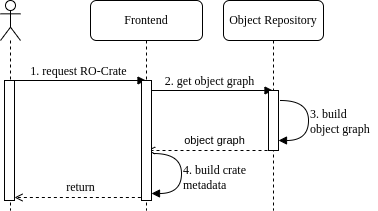
The draw.io diagram assets/exec_flow_detached_retrieval.png in Senckenberg-DCBiodivIT/fair-workflow-platform, before a commit. Source tidied: cells renumbered, new cells last; positions are measured from the earlier drawing's top-left corner, leaving out a move shared by most shapes.
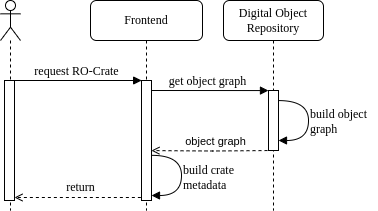
The same diagram one commit later.

The edit, as a diff of the source:
```diff
@@ -2,7 +2,7 @@
   <root>
     <mxCell id="0" />
     <mxCell id="1" parent="0" />
-    <mxCell id="2" value="Object Repository" style="shape=umlLifeline;perimeter=lifelinePerimeter;whiteSpace=wrap;html=1;rounded=1;shadow=0;comic=0;labelBackgroundColor=none;strokeWidth=1;fontFamily=Verdana;fontSize=12;align=center;" parent="1" vertex="1">
+    <mxCell id="2" value="Digital Object Repository" style="shape=umlLifeline;perimeter=lifelinePerimeter;whiteSpace=wrap;html=1;rounded=1;shadow=0;comic=0;labelBackgroundColor=none;strokeWidth=1;fontFamily=Verdana;fontSize=12;align=center;" parent="1" vertex="1">
       <mxGeometry x="223" width="100" height="210" as="geometry" />
     </mxCell>
     <mxCell id="3" value="Frontend" style="shape=umlLifeline;perimeter=lifelinePerimeter;whiteSpace=wrap;html=1;outlineConnect=0;rounded=1;shadow=0;comic=0;labelBackgroundColor=none;strokeWidth=1;fontFamily=Verdana;fontSize=12;align=center;" parent="1" vertex="1">
@@ -14,24 +14,22 @@
     <mxCell id="5" style="html=1;perimeter=orthogonalPerimeter;rounded=0;shadow=0;comic=0;labelBackgroundColor=none;strokeWidth=1;fontFamily=Verdana;fontSize=12;align=center;" parent="1" vertex="1">
       <mxGeometry x="4" y="80" width="10" height="120" as="geometry" />
     </mxCell>
-    <mxCell id="6" value="1. request RO-Crate" style="html=1;verticalAlign=bottom;endArrow=block;labelBackgroundColor=none;fontFamily=Verdana;fontSize=12;elbow=horizontal;" parent="1" edge="1" target="3">
+    <mxCell id="6" value="request RO-Crate" style="html=1;verticalAlign=bottom;endArrow=block;labelBackgroundColor=none;fontFamily=Verdana;fontSize=12;elbow=horizontal;entryX=0.013;entryY=0;entryDx=0;entryDy=0;entryPerimeter=0;" parent="1" edge="1" target="13">
       <mxGeometry relative="1" as="geometry">
         <mxPoint x="10.3" y="80" as="sourcePoint" />
       </mxGeometry>
     </mxCell>
-    <mxCell id="7" value="2. get object graph" style="html=1;verticalAlign=bottom;endArrow=block;labelBackgroundColor=none;fontFamily=Verdana;fontSize=12;elbow=horizontal;" parent="1" edge="1">
+    <mxCell id="7" value="get object graph" style="html=1;verticalAlign=bottom;endArrow=block;labelBackgroundColor=none;fontFamily=Verdana;fontSize=12;elbow=horizontal;entryX=-0.003;entryY=0.001;entryDx=0;entryDy=0;entryPerimeter=0;" parent="1" edge="1" target="8">
       <mxGeometry relative="1" as="geometry">
         <mxPoint x="146.1" y="90" as="sourcePoint" />
-        <mxPoint x="272.5" y="90" as="targetPoint" />
       </mxGeometry>
     </mxCell>
     <mxCell id="8" style="html=1;points=[];perimeter=orthogonalPerimeter;rounded=0;shadow=0;comic=0;labelBackgroundColor=none;strokeWidth=1;fontFamily=Verdana;fontSize=12;align=center;" parent="1" vertex="1">
       <mxGeometry x="268" y="90" width="10" height="60" as="geometry" />
     </mxCell>
-    <mxCell id="9" style="edgeStyle=orthogonalEdgeStyle;rounded=0;orthogonalLoop=1;jettySize=auto;html=1;dashed=1;endArrow=open;endFill=0;" parent="1" edge="1">
+    <mxCell id="9" style="edgeStyle=orthogonalEdgeStyle;rounded=0;jettySize=auto;html=1;dashed=1;endArrow=open;endFill=0;entryX=0.991;entryY=0.584;entryDx=0;entryDy=0;entryPerimeter=0;" parent="1" edge="1" target="13">
       <mxGeometry relative="1" as="geometry">
         <mxPoint x="273" y="150" as="sourcePoint" />
-        <mxPoint x="146.6" y="150" as="targetPoint" />
       </mxGeometry>
     </mxCell>
     <mxCell id="10" value="object graph" style="edgeLabel;html=1;align=center;verticalAlign=middle;" parent="9" vertex="1">
@@ -53,25 +51,24 @@
     <mxCell id="13" style="html=1;points=[];perimeter=orthogonalPerimeter;rounded=0;shadow=0;comic=0;labelBackgroundColor=none;strokeWidth=1;fontFamily=Verdana;fontSize=12;align=center;" parent="1" vertex="1">
       <mxGeometry x="141" y="80" width="10" height="120" as="geometry" />
     </mxCell>
-    <mxCell id="14" style="html=1;verticalAlign=bottom;endArrow=block;labelBackgroundColor=none;fontFamily=Verdana;fontSize=12;elbow=vertical;edgeStyle=orthogonalEdgeStyle;curved=1;exitX=1.038;exitY=0.345;exitPerimeter=0;entryX=0.8;entryY=0.238;entryDx=0;entryDy=0;entryPerimeter=0;" parent="1" edge="1">
+    <mxCell id="14" style="html=1;verticalAlign=bottom;endArrow=block;labelBackgroundColor=none;fontFamily=Verdana;fontSize=12;elbow=vertical;edgeStyle=orthogonalEdgeStyle;curved=1;exitX=1.004;exitY=0.607;exitPerimeter=0;entryX=0.8;entryY=0.238;entryDx=0;entryDy=0;entryPerimeter=0;exitDx=0;exitDy=0;" parent="1" edge="1">
       <mxGeometry relative="1" as="geometry">
-        <mxPoint x="153" y="153" as="sourcePoint" />
-        <mxPoint x="151" y="193" as="targetPoint" />
+        <mxPoint x="151" y="154.8" as="sourcePoint" />
+        <mxPoint x="151" y="195" as="targetPoint" />
         <Array as="points">
-          <mxPoint x="181" y="153" />
-          <mxPoint x="181" y="193" />
+          <mxPoint x="181" y="155" />
+          <mxPoint x="181" y="195" />
         </Array>
       </mxGeometry>
     </mxCell>
-    <mxCell id="15" value="4. build crate metadata" style="text;html=1;align=left;verticalAlign=middle;whiteSpace=wrap;rounded=0;fontFamily=Verdana;" parent="1" vertex="1">
+    <mxCell id="15" value="build crate metadata" style="text;html=1;align=left;verticalAlign=middle;whiteSpace=wrap;rounded=0;fontFamily=Verdana;" parent="1" vertex="1">
       <mxGeometry x="181" y="162" width="69" height="30" as="geometry" />
     </mxCell>
-    <mxCell id="16" value="3. build object graph" style="text;html=1;align=left;verticalAlign=middle;whiteSpace=wrap;rounded=0;fontFamily=Verdana;" parent="1" vertex="1">
+    <mxCell id="16" value="build object&lt;div&gt;graph&lt;/div&gt;" style="text;html=1;align=left;verticalAlign=middle;whiteSpace=wrap;rounded=0;fontFamily=Verdana;" parent="1" vertex="1">
       <mxGeometry x="308" y="106" width="69" height="30" as="geometry" />
     </mxCell>
-    <mxCell id="17" style="html=1;verticalAlign=bottom;endArrow=block;labelBackgroundColor=none;fontFamily=Verdana;fontSize=12;elbow=vertical;edgeStyle=orthogonalEdgeStyle;curved=1;exitX=1.038;exitY=0.345;exitPerimeter=0;entryX=0.8;entryY=0.238;entryDx=0;entryDy=0;entryPerimeter=0;" parent="1" edge="1">
+    <mxCell id="17" style="html=1;verticalAlign=bottom;endArrow=block;labelBackgroundColor=none;fontFamily=Verdana;fontSize=12;elbow=vertical;edgeStyle=orthogonalEdgeStyle;curved=1;exitX=1;exitY=0.168;exitPerimeter=0;entryX=0.8;entryY=0.238;entryDx=0;entryDy=0;entryPerimeter=0;exitDx=0;exitDy=0;" parent="1" edge="1" source="8">
       <mxGeometry relative="1" as="geometry">
-        <mxPoint x="280" y="100" as="sourcePoint" />
         <mxPoint x="278" y="140" as="targetPoint" />
         <Array as="points">
           <mxPoint x="308" y="100" />
```
